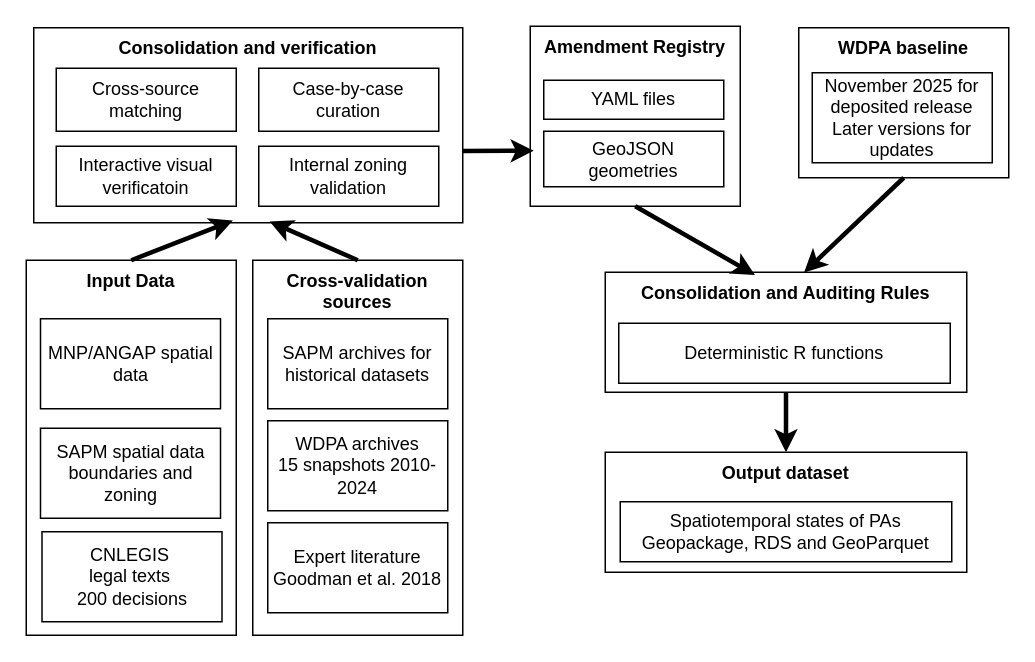
BETSAKA/conservation-dynamic-madagascar keeps this draw.io diagram as paper/figures/Data_preparation_workflow.drawio.drawio. Above is the earlier version. Source tidied: cells renumbered, new cells numbered last; positions are measured from the earlier drawing's top-left corner, leaving out a move shared by most shapes. Both pictures are drawn from the tidied source at 150%, with x=0, y=0 at pixel (26, 26).
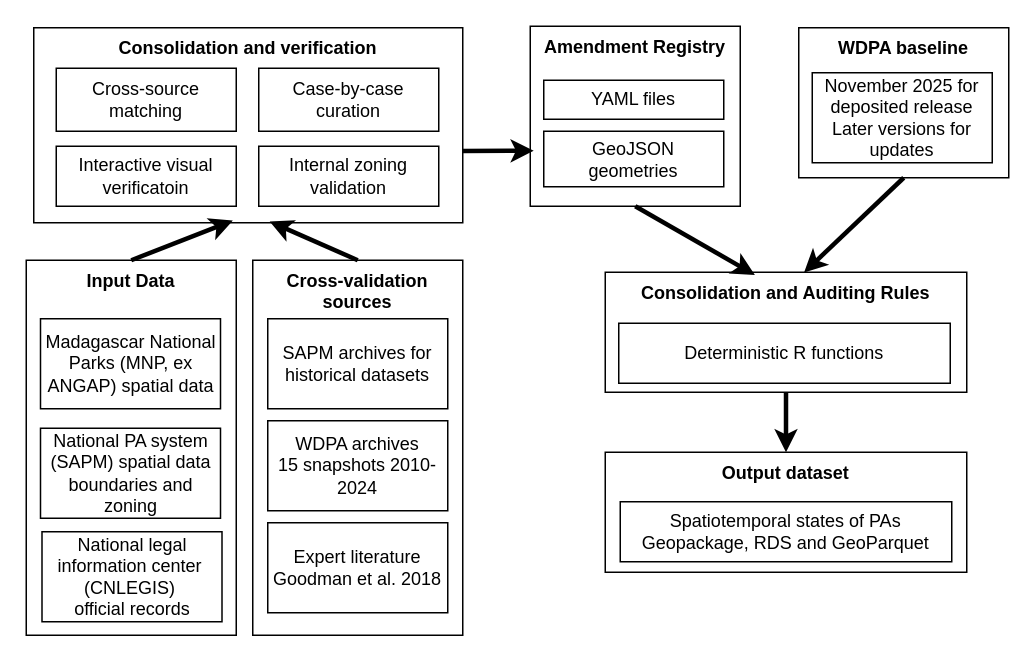
After the change.

Commit message:
Mettre à jour Data_preparation_workflow.drawio.drawio

Diff of the diagram source:
```diff
@@
-    <mxCell id="28" value="SAPM spatial data boundaries and zoning" style="rounded=0;whiteSpace=wrap;html=1;" parent="1" vertex="1">
+    <mxCell id="28" value="National PA system (SAPM) spatial data boundaries and zoning" style="rounded=0;whiteSpace=wrap;html=1;" parent="1" vertex="1">
       <mxGeometry x="9.5" y="268" width="120" height="60" as="geometry" />
     </mxCell>
-    <mxCell id="29" value="MNP/ANGAP spatial data" style="rounded=0;whiteSpace=wrap;html=1;" parent="1" vertex="1">
+    <mxCell id="29" value="Madagascar National Parks (MNP, ex ANGAP) spatial data" style="rounded=0;whiteSpace=wrap;html=1;" parent="1" vertex="1">
       <mxGeometry x="9.5" y="195" width="120" height="60" as="geometry" />
     </mxCell>
-    <mxCell id="30" value="CNLEGIS&amp;nbsp;&lt;br&gt;legal texts&amp;nbsp;&lt;br&gt;200 decisions" style="rounded=0;whiteSpace=wrap;html=1;" parent="1" vertex="1">
+    <mxCell id="30" value="National legal information center&amp;nbsp; (CNLEGIS)&amp;nbsp;&lt;br&gt;official records" style="rounded=0;whiteSpace=wrap;html=1;" parent="1" vertex="1">
       <mxGeometry x="10.5" y="337" width="120" height="60" as="geometry" />
     </mxCell>
```
